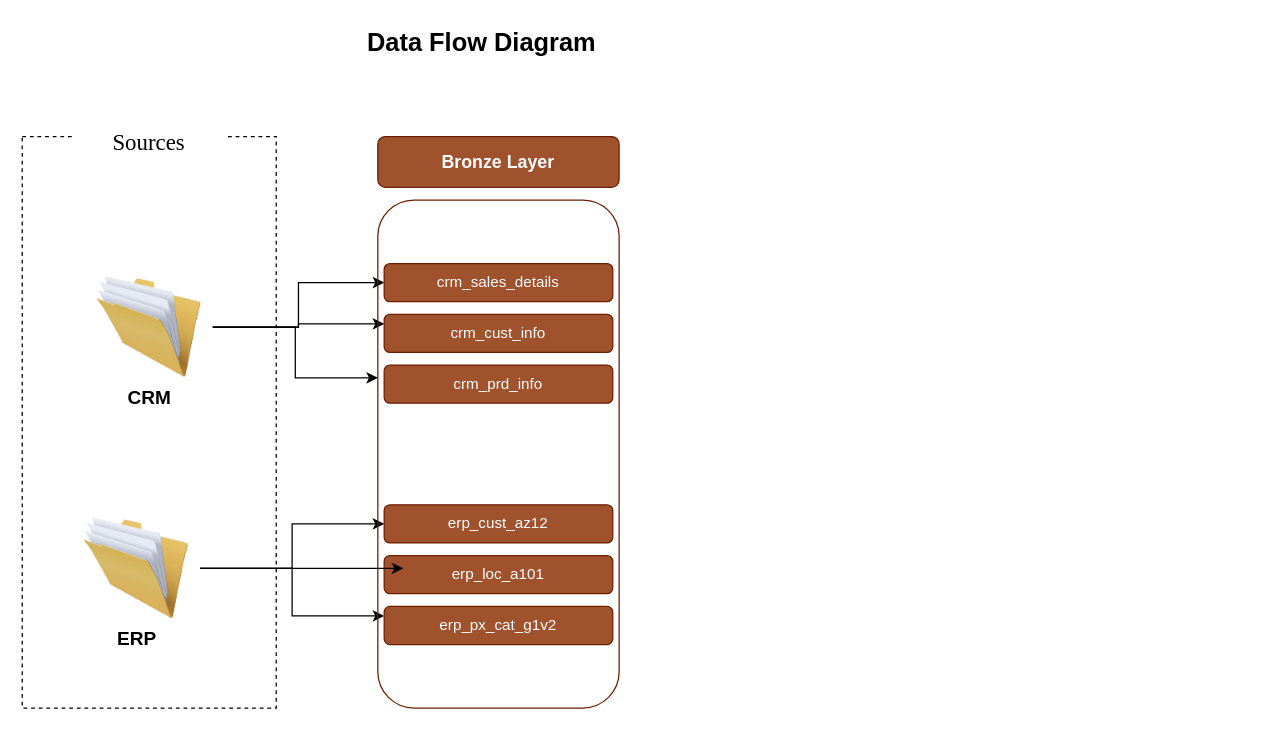
Earlier version of the draw.io diagram projects/data_warehouse/diagrams/data_flow_diagram.drawio (w-alkao/sql). Source tidied: cells renumbered, new cells numbered last; positions are measured from the earlier drawing's top-left corner, leaving out a move shared by most shapes. Both pictures are drawn from the tidied source at 127%, with x=0, y=0 at pixel (22, 22).
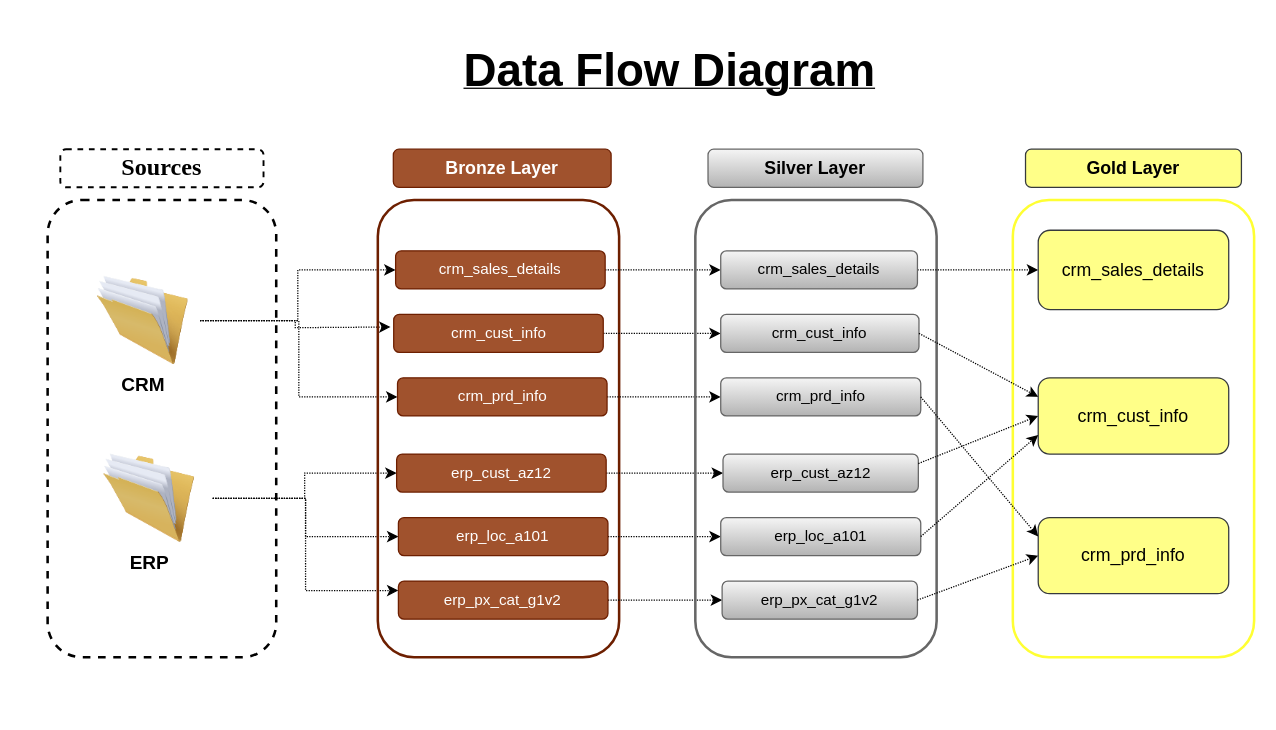
The same page after the edit.

Commit message:
data flow diagram added

Change to the diagram source:
```diff
@@
-    <mxCell id="2" value="&lt;b&gt;&lt;font style=&quot;font-size: 20px;&quot;&gt;Data Flow Diagram&lt;/font&gt;&lt;/b&gt;" style="text;html=1;whiteSpace=wrap;strokeColor=none;fillColor=none;align=center;verticalAlign=middle;rounded=0;" parent="1" vertex="1">
-      <mxGeometry x="234" width="256" height="30" as="geometry" />
+    <mxCell id="2" value="&lt;b&gt;&lt;font style=&quot;font-size: 36px;&quot;&gt;Data Flow Diagram&lt;/font&gt;&lt;/b&gt;" style="text;html=1;whiteSpace=wrap;strokeColor=none;fillColor=none;align=center;verticalAlign=middle;rounded=1;fontStyle=4;" parent="1" vertex="1">
+      <mxGeometry x="272" y="8" width="476" height="60" as="geometry" />
     </mxCell>
-    <mxCell id="3" style="rounded=0;whiteSpace=wrap;html=1;fillColor=none;dashed=1;" parent="1" vertex="1">
-      <mxGeometry y="90" width="200" height="450" as="geometry" />
+    <mxCell id="3" style="rounded=1;whiteSpace=wrap;html=1;fillColor=none;strokeWidth=2;dashed=1;" parent="1" vertex="1">
+      <mxGeometry x="20" y="140" width="180" height="360" as="geometry" />
     </mxCell>
-    <mxCell id="4" value="&lt;font face=&quot;Times New Roman&quot; style=&quot;font-size: 18px;&quot;&gt;Sources&lt;/font&gt;" style="rounded=0;whiteSpace=wrap;html=1;fillColor=default;strokeColor=none;" parent="1" vertex="1">
-      <mxGeometry x="40" y="70" width="120" height="50" as="geometry" />
+    <mxCell id="4" value="&lt;font face=&quot;Times New Roman&quot; style=&quot;font-size: 19px;&quot;&gt;&lt;b style=&quot;&quot;&gt;Sources&lt;/b&gt;&lt;/font&gt;" style="rounded=1;whiteSpace=wrap;html=1;fillColor=default;strokeColor=default;dashed=1;strokeWidth=1.5;" parent="1" vertex="1">
+      <mxGeometry x="30" y="100" width="160" height="30" as="geometry" />
     </mxCell>
-    <mxCell id="5" style="edgeStyle=orthogonalEdgeStyle;rounded=0;jettySize=auto;html=1;entryX=0;entryY=0.5;entryDx=0;entryDy=0;" parent="1" edge="1" source="7" target="13">
+    <mxCell id="5" style="edgeStyle=orthogonalEdgeStyle;rounded=0;jettySize=auto;html=1;entryX=0;entryY=0.5;entryDx=0;entryDy=0;strokeWidth=1;dashed=1;dashPattern=1 1;" parent="1" edge="1" source="7" target="13">
       <mxGeometry relative="1" as="geometry" />
     </mxCell>
-    <mxCell id="6" style="edgeStyle=orthogonalEdgeStyle;rounded=0;jettySize=auto;html=1;entryX=0;entryY=0.25;entryDx=0;entryDy=0;" parent="1" edge="1" source="7" target="14">
-      <mxGeometry relative="1" as="geometry" />
+    <mxCell id="6" style="edgeStyle=orthogonalEdgeStyle;rounded=0;jettySize=auto;html=1;strokeWidth=1;dashed=1;dashPattern=1 1;" parent="1" edge="1" source="7">
+      <mxGeometry relative="1" as="geometry">
+        <mxPoint x="290" y="240" as="targetPoint" />
+      </mxGeometry>
     </mxCell>
+    <mxCell id="21" style="edgeStyle=orthogonalEdgeStyle;rounded=0;jettySize=auto;html=1;entryX=0;entryY=0.5;entryDx=0;entryDy=0;strokeWidth=1;dashed=1;dashPattern=1 1;" parent="1" edge="1" source="7" target="18">
+      <mxGeometry relative="1" as="geometry" />
+    </mxCell>
     <mxCell id="7" value="&lt;b&gt;&lt;font style=&quot;font-size: 15px;&quot;&gt;CRM&lt;/font&gt;&lt;/b&gt;" style="image;html=1;image=img/lib/clip_art/general/Full_Folder_128x128.png;" parent="1" vertex="1">
-      <mxGeometry x="50" y="200" width="100" height="80" as="geometry" />
+      <mxGeometry x="50" y="200" width="90" height="70" as="geometry" />
     </mxCell>
-    <mxCell id="8" style="edgeStyle=orthogonalEdgeStyle;rounded=0;jettySize=auto;html=1;entryX=0;entryY=0.5;entryDx=0;entryDy=0;" parent="1" edge="1" source="10" target="15">
+    <mxCell id="8" style="edgeStyle=orthogonalEdgeStyle;rounded=0;jettySize=auto;html=1;entryX=0;entryY=0.5;entryDx=0;entryDy=0;endSize=6;dashed=1;dashPattern=1 1;" parent="1" edge="1" source="10" target="15">
       <mxGeometry relative="1" as="geometry" />
     </mxCell>
-    <mxCell id="9" style="edgeStyle=orthogonalEdgeStyle;rounded=0;jettySize=auto;html=1;entryX=0;entryY=0.25;entryDx=0;entryDy=0;" parent="1" edge="1" source="10" target="16">
+    <mxCell id="9" style="edgeStyle=orthogonalEdgeStyle;rounded=0;jettySize=auto;html=1;entryX=0;entryY=0.25;entryDx=0;entryDy=0;dashed=1;dashPattern=1 1;" parent="1" edge="1" source="10" target="16">
       <mxGeometry relative="1" as="geometry" />
     </mxCell>
+    <mxCell id="20" style="edgeStyle=orthogonalEdgeStyle;rounded=0;jettySize=auto;html=1;entryX=0;entryY=0.5;entryDx=0;entryDy=0;dashed=1;dashPattern=1 1;" parent="1" edge="1" source="10" target="17">
+      <mxGeometry relative="1" as="geometry" />
+    </mxCell>
     <mxCell id="10" value="&lt;b&gt;&lt;font style=&quot;font-size: 15px;&quot;&gt;ERP&lt;/font&gt;&lt;/b&gt;" style="image;html=1;image=img/lib/clip_art/general/Full_Folder_128x128.png;" parent="1" vertex="1">
-      <mxGeometry x="40" y="390" width="100" height="80" as="geometry" />
+      <mxGeometry x="50" y="340" width="100" height="70" as="geometry" />
     </mxCell>
-    <mxCell id="11" value="&lt;b&gt;&lt;font style=&quot;font-size: 14px;&quot;&gt;Bronze Layer&lt;/font&gt;&lt;/b&gt;" style="rounded=1;whiteSpace=wrap;html=1;fillColor=#a0522d;fontColor=#ffffff;strokeColor=#6D1F00;" parent="1" vertex="1">
-      <mxGeometry x="280" y="90" width="190" height="40" as="geometry" />
+    <mxCell id="11" value="&lt;b&gt;&lt;font style=&quot;font-size: 14px;&quot;&gt;Bronze Layer&lt;/font&gt;&lt;/b&gt;" style="rounded=1;whiteSpace=wrap;html=1;fillColor=#a0522d;strokeColor=#6D1F00;fontColor=#ffffff;" parent="1" vertex="1">
+      <mxGeometry x="292.2" y="100" width="171.5" height="30" as="geometry" />
     </mxCell>
-    <mxCell id="12" style="rounded=1;whiteSpace=wrap;html=1;fillColor=none;fontColor=#ffffff;strokeColor=#6D1F00;glass=0;shadow=0;" parent="1" vertex="1">
-      <mxGeometry x="280" y="140" width="190" height="400" as="geometry" />
+    <mxCell id="12" style="rounded=1;whiteSpace=wrap;html=1;fillColor=none;fontColor=#ffffff;strokeColor=#6D1F00;glass=0;shadow=0;strokeWidth=2;" parent="1" vertex="1">
+      <mxGeometry x="280" y="140" width="190" height="360" as="geometry" />
     </mxCell>
+    <mxCell id="22" style="edgeStyle=orthogonalEdgeStyle;rounded=0;jettySize=auto;html=1;entryX=0;entryY=0.5;entryDx=0;entryDy=0;dashed=1;dashPattern=1 1;" parent="1" edge="1" source="13" target="31">
+      <mxGeometry relative="1" as="geometry" />
+    </mxCell>
     <mxCell id="13" value="crm_sales_details" style="rounded=1;whiteSpace=wrap;html=1;fillColor=#a0522d;fontColor=#ffffff;strokeColor=#6D1F00;" parent="1" vertex="1">
-      <mxGeometry x="285" y="190" width="180" height="30" as="geometry" />
+      <mxGeometry x="294" y="180" width="165" height="30" as="geometry" />
     </mxCell>
+    <mxCell id="23" style="edgeStyle=orthogonalEdgeStyle;rounded=0;jettySize=auto;html=1;entryX=0;entryY=0.5;entryDx=0;entryDy=0;dashed=1;dashPattern=1 1;" parent="1" edge="1" source="14" target="32">
+      <mxGeometry relative="1" as="geometry" />
+    </mxCell>
     <mxCell id="14" value="crm_cust_info" style="rounded=1;whiteSpace=wrap;html=1;fillColor=#a0522d;fontColor=#ffffff;strokeColor=#6D1F00;" parent="1" vertex="1">
-      <mxGeometry x="285" y="230" width="180" height="30" as="geometry" />
+      <mxGeometry x="292.5" y="230" width="165" height="30" as="geometry" />
     </mxCell>
+    <mxCell id="24" style="edgeStyle=orthogonalEdgeStyle;rounded=0;jettySize=auto;html=1;entryX=0;entryY=0.5;entryDx=0;entryDy=0;dashed=1;dashPattern=1 1;" parent="1" edge="1" source="15" target="33">
+      <mxGeometry relative="1" as="geometry" />
+    </mxCell>
     <mxCell id="15" value="erp_cust_az12" style="rounded=1;whiteSpace=wrap;html=1;fillColor=#a0522d;fontColor=#ffffff;strokeColor=#6D1F00;" parent="1" vertex="1">
-      <mxGeometry x="285" y="380" width="180" height="30" as="geometry" />
+      <mxGeometry x="294.8" y="340" width="165" height="30" as="geometry" />
     </mxCell>
+    <mxCell id="25" style="edgeStyle=orthogonalEdgeStyle;rounded=0;jettySize=auto;html=1;entryX=0;entryY=0.5;entryDx=0;entryDy=0;dashed=1;dashPattern=1 1;" parent="1" edge="1" source="16" target="34">
+      <mxGeometry relative="1" as="geometry" />
+    </mxCell>
     <mxCell id="16" value="erp_px_cat_g1v2" style="rounded=1;whiteSpace=wrap;html=1;fillColor=#a0522d;fontColor=#ffffff;strokeColor=#6D1F00;" parent="1" vertex="1">
-      <mxGeometry x="285" y="460" width="180" height="30" as="geometry" />
+      <mxGeometry x="296.2" y="440" width="165" height="30" as="geometry" />
     </mxCell>
+    <mxCell id="26" style="edgeStyle=orthogonalEdgeStyle;rounded=0;jettySize=auto;html=1;entryX=0;entryY=0.5;entryDx=0;entryDy=0;dashed=1;dashPattern=1 1;" parent="1" edge="1" source="17" target="35">
+      <mxGeometry relative="1" as="geometry" />
+    </mxCell>
     <mxCell id="17" value="erp_loc_a101" style="rounded=1;whiteSpace=wrap;html=1;fillColor=#a0522d;fontColor=#ffffff;strokeColor=#6D1F00;" parent="1" vertex="1">
-      <mxGeometry x="285" y="420" width="180" height="30" as="geometry" />
+      <mxGeometry x="296.2" y="390" width="165" height="30" as="geometry" />
     </mxCell>
+    <mxCell id="27" style="edgeStyle=orthogonalEdgeStyle;rounded=0;jettySize=auto;html=1;entryX=0;entryY=0.5;entryDx=0;entryDy=0;dashed=1;dashPattern=1 1;" parent="1" edge="1" source="18" target="36">
+      <mxGeometry relative="1" as="geometry" />
+    </mxCell>
     <mxCell id="18" value="crm_prd_info" style="rounded=1;whiteSpace=wrap;html=1;fillColor=#a0522d;fontColor=#ffffff;strokeColor=#6D1F00;" parent="1" vertex="1">
-      <mxGeometry x="285" y="270" width="180" height="30" as="geometry" />
+      <mxGeometry x="295.5" y="280" width="165" height="30" as="geometry" />
     </mxCell>
-    <mxCell id="19" style="edgeStyle=orthogonalEdgeStyle;rounded=0;jettySize=auto;html=1;entryX=0;entryY=0.35;entryDx=0;entryDy=0;entryPerimeter=0;" parent="1" edge="1" source="7" target="12">
-      <mxGeometry relative="1" as="geometry" />
-    </mxCell>
-    <mxCell id="20" style="edgeStyle=orthogonalEdgeStyle;rounded=0;jettySize=auto;html=1;entryX=0.083;entryY=0.333;entryDx=0;entryDy=0;entryPerimeter=0;" parent="1" edge="1" source="10" target="17">
-      <mxGeometry relative="1" as="geometry" />
-    </mxCell>
+    <mxCell id="28" value="&lt;b&gt;&lt;font style=&quot;font-size: 14px;&quot;&gt;Silver Layer&lt;/font&gt;&lt;/b&gt;" style="rounded=1;whiteSpace=wrap;html=1;fillColor=#f5f5f5;strokeColor=#666666;gradientColor=#b3b3b3;" parent="1" vertex="1">
+      <mxGeometry x="540" y="100" width="169.2" height="30" as="geometry" />
+    </mxCell>
+    <mxCell id="29" style="rounded=1;whiteSpace=wrap;html=1;fillColor=none;strokeColor=#666666;glass=0;shadow=0;gradientColor=#b3b3b3;strokeWidth=2;" parent="1" vertex="1">
+      <mxGeometry x="530" y="140" width="190" height="360" as="geometry" />
+    </mxCell>
+    <mxCell id="30" style="edgeStyle=orthogonalEdgeStyle;rounded=0;jettySize=auto;html=1;entryX=0;entryY=0.5;entryDx=0;entryDy=0;dashed=1;dashPattern=1 1;" parent="1" edge="1" source="31" target="39">
+      <mxGeometry relative="1" as="geometry" />
+    </mxCell>
+    <mxCell id="31" value="crm_sales_details" style="rounded=1;whiteSpace=wrap;html=1;fillColor=#f5f5f5;strokeColor=#666666;gradientColor=#b3b3b3;" parent="1" vertex="1">
+      <mxGeometry x="550" y="180" width="154.9" height="30" as="geometry" />
+    </mxCell>
+    <mxCell id="32" value="crm_cust_info" style="rounded=1;whiteSpace=wrap;html=1;fillColor=#f5f5f5;strokeColor=#666666;gradientColor=#b3b3b3;" parent="1" vertex="1">
+      <mxGeometry x="550" y="230" width="156.1" height="30" as="geometry" />
+    </mxCell>
+    <mxCell id="33" value="erp_cust_az12" style="rounded=1;whiteSpace=wrap;html=1;fillColor=#f5f5f5;strokeColor=#666666;gradientColor=#b3b3b3;" parent="1" vertex="1">
+      <mxGeometry x="551.8" y="340" width="153.8" height="30" as="geometry" />
+    </mxCell>
+    <mxCell id="34" value="erp_px_cat_g1v2" style="rounded=1;whiteSpace=wrap;html=1;fillColor=#f5f5f5;strokeColor=#666666;gradientColor=#b3b3b3;" parent="1" vertex="1">
+      <mxGeometry x="551.1" y="440" width="153.8" height="30" as="geometry" />
+    </mxCell>
+    <mxCell id="35" value="erp_loc_a101" style="rounded=1;whiteSpace=wrap;html=1;fillColor=#f5f5f5;strokeColor=#666666;gradientColor=#b3b3b3;" parent="1" vertex="1">
+      <mxGeometry x="550" y="390" width="157.5" height="30" as="geometry" />
+    </mxCell>
+    <mxCell id="36" value="crm_prd_info" style="rounded=1;whiteSpace=wrap;html=1;fillColor=#f5f5f5;strokeColor=#666666;gradientColor=#b3b3b3;" parent="1" vertex="1">
+      <mxGeometry x="550" y="280" width="157.5" height="30" as="geometry" />
+    </mxCell>
+    <mxCell id="37" value="&lt;b&gt;&lt;font style=&quot;font-size: 14px;&quot;&gt;Gold Layer&lt;/font&gt;&lt;/b&gt;" style="rounded=1;whiteSpace=wrap;html=1;fillColor=#ffff88;strokeColor=#36393d;" parent="1" vertex="1">
+      <mxGeometry x="790" y="100" width="170" height="30" as="geometry" />
+    </mxCell>
+    <mxCell id="38" style="rounded=1;whiteSpace=wrap;html=1;fillColor=none;strokeColor=#FFFF33;glass=0;shadow=0;strokeWidth=2;" parent="1" vertex="1">
+      <mxGeometry x="780" y="140" width="190" height="360" as="geometry" />
+    </mxCell>
+    <mxCell id="39" value="&lt;font style=&quot;font-size: 14px;&quot;&gt;crm_sales_details&lt;/font&gt;" style="rounded=1;whiteSpace=wrap;html=1;fillColor=#ffff88;strokeColor=#36393d;" parent="1" vertex="1">
+      <mxGeometry x="800" y="163.8" width="150" height="62.5" as="geometry" />
+    </mxCell>
+    <mxCell id="40" value="&lt;font style=&quot;font-size: 14px;&quot;&gt;crm_cust_info&lt;/font&gt;" style="rounded=1;whiteSpace=wrap;html=1;fillColor=#ffff88;strokeColor=#36393d;" parent="1" vertex="1">
+      <mxGeometry x="800" y="280" width="150" height="60" as="geometry" />
+    </mxCell>
+    <mxCell id="41" value="&lt;font style=&quot;font-size: 14px;&quot;&gt;crm_prd_info&lt;/font&gt;" style="rounded=1;whiteSpace=wrap;html=1;fillColor=#ffff88;strokeColor=#36393d;" parent="1" vertex="1">
+      <mxGeometry x="800" y="390" width="150" height="60" as="geometry" />
+    </mxCell>
+    <mxCell id="42" style="endArrow=classic;html=1;rounded=0;entryX=0;entryY=0.25;entryDx=0;entryDy=0;exitX=1;exitY=0.5;exitDx=0;exitDy=0;dashed=1;dashPattern=1 1;" parent="1" edge="1" source="32" target="40">
+      <mxGeometry relative="1" as="geometry" />
+    </mxCell>
+    <mxCell id="43" style="endArrow=classic;html=1;rounded=0;entryX=0;entryY=0.25;entryDx=0;entryDy=0;exitX=1;exitY=0.5;exitDx=0;exitDy=0;dashed=1;dashPattern=1 1;" parent="1" edge="1" source="36" target="41">
+      <mxGeometry relative="1" as="geometry" />
+    </mxCell>
+    <mxCell id="44" style="endArrow=classic;html=1;rounded=0;entryX=0;entryY=0.5;entryDx=0;entryDy=0;exitX=1;exitY=0.25;exitDx=0;exitDy=0;dashed=1;dashPattern=1 1;" parent="1" edge="1" source="33" target="40">
+      <mxGeometry relative="1" as="geometry" />
+    </mxCell>
+    <mxCell id="45" style="endArrow=classic;html=1;rounded=0;entryX=0;entryY=0.75;entryDx=0;entryDy=0;exitX=1;exitY=0.5;exitDx=0;exitDy=0;dashed=1;dashPattern=1 1;" parent="1" edge="1" source="35" target="40">
+      <mxGeometry relative="1" as="geometry" />
+    </mxCell>
+    <mxCell id="46" style="endArrow=classic;html=1;rounded=0;entryX=0;entryY=0.5;entryDx=0;entryDy=0;exitX=1;exitY=0.5;exitDx=0;exitDy=0;dashed=1;strokeWidth=1;dashPattern=1 1;" parent="1" edge="1" source="34" target="41">
+      <mxGeometry relative="1" as="geometry" />
+    </mxCell>
```
